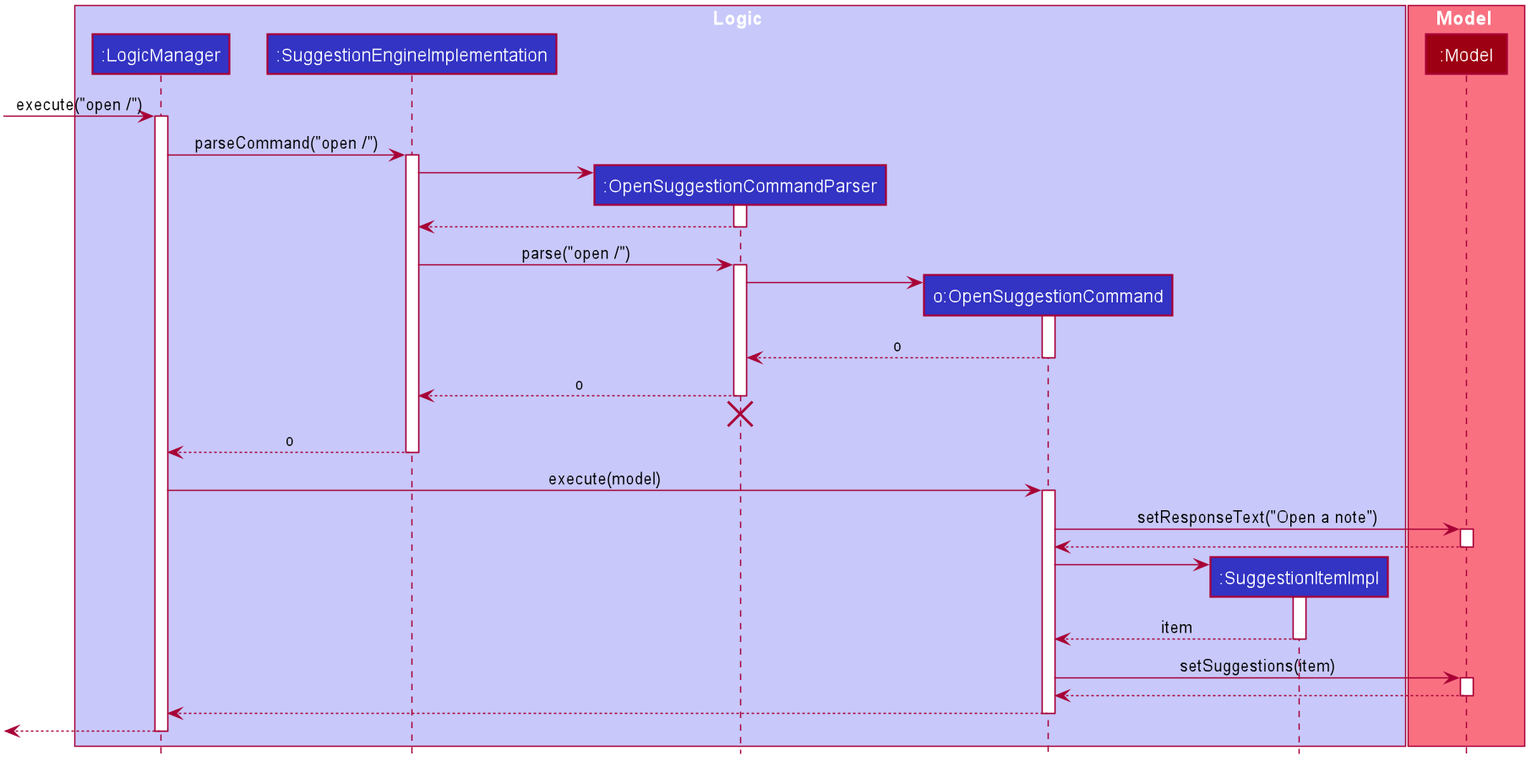
The PlantUML diagram docs/images/SuggestionSequenceDiagram.png in nus-cs2103-AY1920S2/addressbook-level3, before a commit. Its diagram source:
```plantuml
@startuml








skinparam BackgroundColor #FFFFFFF

skinparam Shadowing false

skinparam Class {
    FontColor #FFFFFF
    BorderThickness 1
    BorderColor #FFFFFF
    StereotypeFontColor #FFFFFF
    FontName Arial
}

skinparam Actor {
    BorderColor #000000
    Color #000000
    FontName Arial
}

skinparam Sequence {
    MessageAlign center
    BoxFontSize 15
    BoxPadding 0
    BoxFontColor #FFFFFF
    FontName Arial
}

skinparam Participant {
    FontColor #FFFFFFF
    Padding 20
}

skinparam MinClassWidth 50
skinparam ParticipantPadding 10
skinparam Shadowing false
skinparam DefaultTextAlignment center
skinparam packageStyle Rectangle

hide footbox
hide members
hide circle

box Logic #C8C8FA
participant ":LogicManager" as LogicManager #3333C4
participant ":SuggestionEngineImplementation" as SuggestionEngineImplementation #3333C4
participant ":OpenSuggestionCommandParser" as OpenSuggestionCommandParser #3333C4
participant "o:OpenSuggestionCommand" as OpenSuggestionCommand #3333C4
participant ":SuggestionItemImpl" as SuggestionItemImpl #3333C4
end box

box Model #F97181
participant ":Model" as Model #9D0012
end box

[-> LogicManager : execute("open /")
activate LogicManager

LogicManager -> SuggestionEngineImplementation : parseCommand("open /")
activate SuggestionEngineImplementation

create OpenSuggestionCommandParser
SuggestionEngineImplementation -> OpenSuggestionCommandParser
activate OpenSuggestionCommandParser

OpenSuggestionCommandParser --> SuggestionEngineImplementation
deactivate OpenSuggestionCommandParser

SuggestionEngineImplementation -> OpenSuggestionCommandParser : parse("open /")
activate OpenSuggestionCommandParser

create OpenSuggestionCommand
OpenSuggestionCommandParser -> OpenSuggestionCommand
activate OpenSuggestionCommand

OpenSuggestionCommand --> OpenSuggestionCommandParser : o
deactivate OpenSuggestionCommand

OpenSuggestionCommandParser --> SuggestionEngineImplementation : o
deactivate OpenSuggestionCommandParser
OpenSuggestionCommandParser -[hidden]-> SuggestionEngineImplementation
destroy OpenSuggestionCommandParser

SuggestionEngineImplementation --> LogicManager : o
deactivate SuggestionEngineImplementation

LogicManager -> OpenSuggestionCommand : execute(model)
activate OpenSuggestionCommand

OpenSuggestionCommand -> Model : setResponseText("Open a note")
activate Model

Model --> OpenSuggestionCommand
deactivate Model

create SuggestionItemImpl
OpenSuggestionCommand -> SuggestionItemImpl
activate SuggestionItemImpl

SuggestionItemImpl --> OpenSuggestionCommand : item
deactivate SuggestionItemImpl

OpenSuggestionCommand -> Model : setSuggestions(item)
activate Model

Model --> OpenSuggestionCommand
deactivate Model

OpenSuggestionCommand --> LogicManager
deactivate OpenSuggestionCommand

[<--LogicManager
deactivate LogicManager
@enduml
```
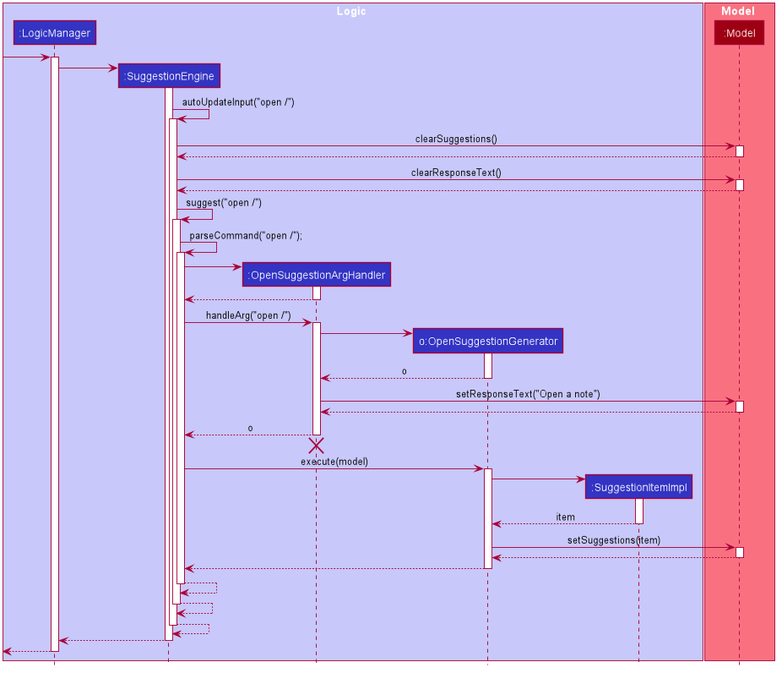
After the commit.

Commit message:
Update design alternatives

Diff of the diagram source:
```diff
@@ -50,9 +50,9 @@
 
 box Logic #C8C8FA
 participant ":LogicManager" as LogicManager #3333C4
-participant ":SuggestionEngineImplementation" as SuggestionEngineImplementation #3333C4
-participant ":OpenSuggestionCommandParser" as OpenSuggestionCommandParser #3333C4
-participant "o:OpenSuggestionCommand" as OpenSuggestionCommand #3333C4
+participant ":SuggestionEngine" as SuggestionEngine #3333C4
+participant ":OpenSuggestionArgHandler" as OpenSuggestionArgHandler #3333C4
+participant "o:OpenSuggestionGenerator" as OpenSuggestionGenerator #3333C4
 participant ":SuggestionItemImpl" as SuggestionItemImpl #3333C4
 end box
 
@@ -60,61 +60,92 @@
 participant ":Model" as Model #9D0012
 end box
 
-[-> LogicManager : execute("open /")
+[-> LogicManager
 activate LogicManager
 
-LogicManager -> SuggestionEngineImplementation : parseCommand("open /")
-activate SuggestionEngineImplementation
+create SuggestionEngine
+LogicManager -> SuggestionEngine
+activate SuggestionEngine
 
-create OpenSuggestionCommandParser
-SuggestionEngineImplementation -> OpenSuggestionCommandParser
-activate OpenSuggestionCommandParser
+SuggestionEngine -> SuggestionEngine : autoUpdateInput("open /")
+activate SuggestionEngine
 
-OpenSuggestionCommandParser --> SuggestionEngineImplementation
-deactivate OpenSuggestionCommandParser
-
-SuggestionEngineImplementation -> OpenSuggestionCommandParser : parse("open /")
-activate OpenSuggestionCommandParser
-
-create OpenSuggestionCommand
-OpenSuggestionCommandParser -> OpenSuggestionCommand
-activate OpenSuggestionCommand
-
-OpenSuggestionCommand --> OpenSuggestionCommandParser : o
-deactivate OpenSuggestionCommand
-
-OpenSuggestionCommandParser --> SuggestionEngineImplementation : o
-deactivate OpenSuggestionCommandParser
-OpenSuggestionCommandParser -[hidden]-> SuggestionEngineImplementation
-destroy OpenSuggestionCommandParser
-
-SuggestionEngineImplementation --> LogicManager : o
-deactivate SuggestionEngineImplementation
-
-LogicManager -> OpenSuggestionCommand : execute(model)
-activate OpenSuggestionCommand
-
-OpenSuggestionCommand -> Model : setResponseText("Open a note")
+SuggestionEngine -> Model : clearSuggestions()
 activate Model
 
-Model --> OpenSuggestionCommand
+Model --> SuggestionEngine
 deactivate Model
 
+SuggestionEngine -> Model : clearResponseText()
+activate Model
+
+Model --> SuggestionEngine
+deactivate Model
+
+SuggestionEngine -> SuggestionEngine : suggest("open /")
+activate SuggestionEngine
+
+SuggestionEngine -> SuggestionEngine : parseCommand("open /");
+activate SuggestionEngine
+
+create OpenSuggestionArgHandler
+SuggestionEngine -> OpenSuggestionArgHandler
+activate OpenSuggestionArgHandler
+
+OpenSuggestionArgHandler --> SuggestionEngine
+deactivate OpenSuggestionArgHandler
+
+SuggestionEngine -> OpenSuggestionArgHandler : handleArg("open /")
+activate OpenSuggestionArgHandler
+
+create OpenSuggestionGenerator
+OpenSuggestionArgHandler -> OpenSuggestionGenerator
+activate OpenSuggestionGenerator
+
+OpenSuggestionGenerator --> OpenSuggestionArgHandler : o
+deactivate OpenSuggestionGenerator
+
+OpenSuggestionArgHandler -> Model : setResponseText("Open a note")
+activate Model
+
+Model --> OpenSuggestionArgHandler
+deactivate Model
+
+OpenSuggestionArgHandler --> SuggestionEngine : o
+deactivate OpenSuggestionArgHandler
+OpenSuggestionArgHandler -[hidden]-> SuggestionEngine
+destroy OpenSuggestionArgHandler
+
+SuggestionEngine -> OpenSuggestionGenerator : execute(model)
+activate OpenSuggestionGenerator
+
 create SuggestionItemImpl
-OpenSuggestionCommand -> SuggestionItemImpl
+OpenSuggestionGenerator -> SuggestionItemImpl
 activate SuggestionItemImpl
 
-SuggestionItemImpl --> OpenSuggestionCommand : item
+SuggestionItemImpl --> OpenSuggestionGenerator : item
 deactivate SuggestionItemImpl
 
-OpenSuggestionCommand -> Model : setSuggestions(item)
+OpenSuggestionGenerator -> Model : setSuggestions(item)
 activate Model
 
-Model --> OpenSuggestionCommand
+Model --> OpenSuggestionGenerator
 deactivate Model
 
-OpenSuggestionCommand --> LogicManager
-deactivate OpenSuggestionCommand
+OpenSuggestionGenerator --> SuggestionEngine
+deactivate OpenSuggestionGenerator
+
+SuggestionEngine --> SuggestionEngine
+deactivate SuggestionEngine
+
+SuggestionEngine --> SuggestionEngine
+deactivate SuggestionEngine
+
+SuggestionEngine --> SuggestionEngine
+deactivate SuggestionEngine
+
+SuggestionEngine --> LogicManager
+deactivate SuggestionEngine
 
 [<--LogicManager
 deactivate LogicManager
```
